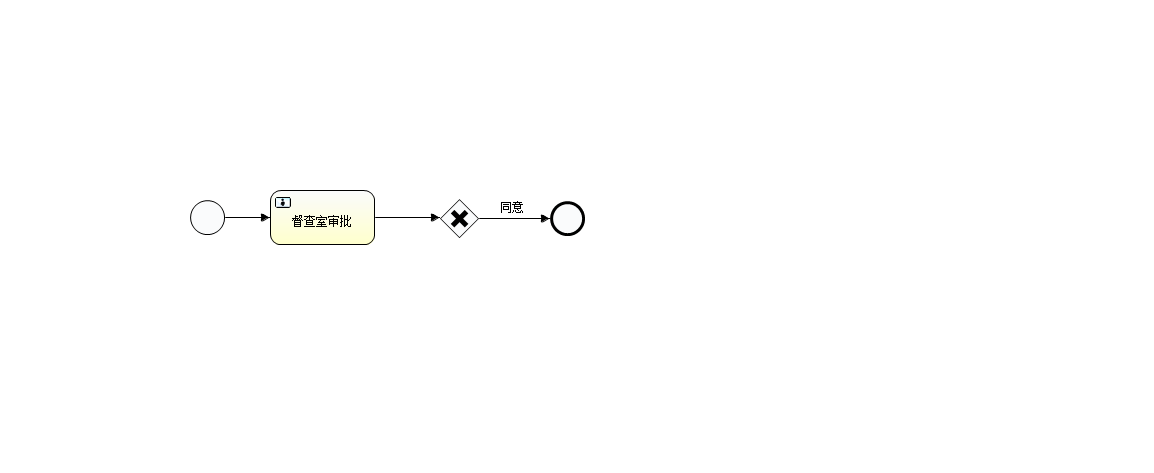
Earlier version of the BPMN export resources/bpmn/ApplyForDelay.png (zwdc/test1). Its source is kept beside it as resources/bpmn/ApplyForDelay.bpmn. Ids are renumbered. The source it was exported from:
```xml
<definitions xmlns="http://www.omg.org/spec/BPMN/20100524/MODEL" xmlns:xsi="http://www.w3.org/2001/XMLSchema-instance" xmlns:xsd="http://www.w3.org/2001/XMLSchema" xmlns:activiti="http://activiti.org/bpmn" xmlns:bpmndi="http://www.omg.org/spec/BPMN/20100524/DI" xmlns:omgdc="http://www.omg.org/spec/DD/20100524/DC" xmlns:omgdi="http://www.omg.org/spec/DD/20100524/DI" typeLanguage="http://www.w3.org/2001/XMLSchema" expressionLanguage="http://www.w3.org/1999/XPath" targetNamespace="http://www.activiti.org/test">
  <process id="applyForDelay" name="申请延期审批" isExecutable="true">
    <startEvent id="startevent1" name="Start"></startEvent>
    <userTask id="usertask1" name="督查室审批"></userTask>
    <sequenceFlow id="flow1" sourceRef="startevent1" targetRef="usertask1"></sequenceFlow>
    <exclusiveGateway id="exclusivegateway1" name="Exclusive Gateway"></exclusiveGateway>
    <sequenceFlow id="flow2" sourceRef="usertask1" targetRef="exclusivegateway1"></sequenceFlow>
    <endEvent id="endevent1" name="End"></endEvent>
    <sequenceFlow id="flow3" name="同意" sourceRef="exclusivegateway1" targetRef="endevent1"></sequenceFlow>
  </process>
  <bpmndi:BPMNDiagram id="BPMNDiagram_applyForDelay">
    <bpmndi:BPMNPlane bpmnElement="applyForDelay" id="BPMNPlane_applyForDelay">
      <bpmndi:BPMNShape bpmnElement="startevent1" id="BPMNShape_startevent1">
        <omgdc:Bounds height="35.0" width="35.0" x="190.0" y="200.0"></omgdc:Bounds>
      </bpmndi:BPMNShape>
      <bpmndi:BPMNShape bpmnElement="usertask1" id="BPMNShape_usertask1">
        <omgdc:Bounds height="55.0" width="105.0" x="270.0" y="190.0"></omgdc:Bounds>
      </bpmndi:BPMNShape>
      <bpmndi:BPMNShape bpmnElement="exclusivegateway1" id="BPMNShape_exclusivegateway1">
        <omgdc:Bounds height="40.0" width="40.0" x="439.0" y="198.0"></omgdc:Bounds>
      </bpmndi:BPMNShape>
      <bpmndi:BPMNShape bpmnElement="endevent1" id="BPMNShape_endevent1">
        <omgdc:Bounds height="35.0" width="35.0" x="550.0" y="201.0"></omgdc:Bounds>
      </bpmndi:BPMNShape>
      <bpmndi:BPMNEdge bpmnElement="flow1" id="BPMNEdge_flow1">
        <omgdi:waypoint x="225.0" y="217.0"></omgdi:waypoint>
        <omgdi:waypoint x="270.0" y="217.0"></omgdi:waypoint>
      </bpmndi:BPMNEdge>
      <bpmndi:BPMNEdge bpmnElement="flow2" id="BPMNEdge_flow2">
        <omgdi:waypoint x="375.0" y="217.0"></omgdi:waypoint>
        <omgdi:waypoint x="439.0" y="218.0"></omgdi:waypoint>
      </bpmndi:BPMNEdge>
      <bpmndi:BPMNEdge bpmnElement="flow3" id="BPMNEdge_flow3">
        <omgdi:waypoint x="479.0" y="218.0"></omgdi:waypoint>
        <omgdi:waypoint x="550.0" y="218.0"></omgdi:waypoint>
        <bpmndi:BPMNLabel>
          <omgdc:Bounds height="14.0" width="24.0" x="499.0" y="200.0"></omgdc:Bounds>
        </bpmndi:BPMNLabel>
      </bpmndi:BPMNEdge>
    </bpmndi:BPMNPlane>
  </bpmndi:BPMNDiagram>
</definitions>
```
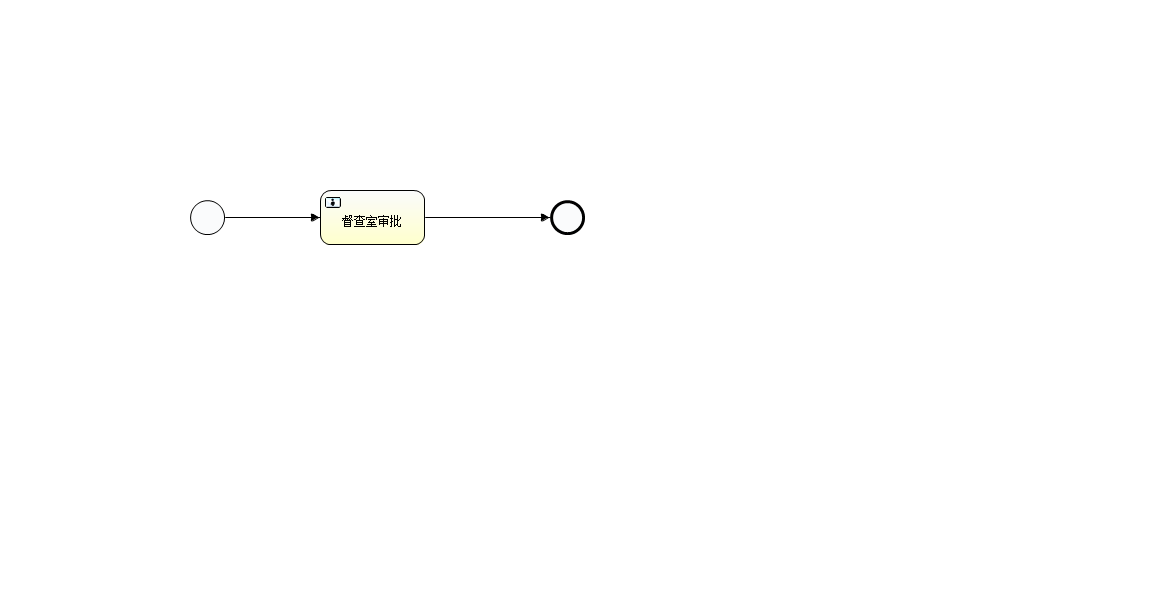
After the commit.

Commit message:
反馈延期审批

Diff of the diagram source:
```diff
@@ -1,12 +1,15 @@
 <definitions xmlns="http://www.omg.org/spec/BPMN/20100524/MODEL" xmlns:xsi="http://www.w3.org/2001/XMLSchema-instance" xmlns:xsd="http://www.w3.org/2001/XMLSchema" xmlns:activiti="http://activiti.org/bpmn" xmlns:bpmndi="http://www.omg.org/spec/BPMN/20100524/DI" xmlns:omgdc="http://www.omg.org/spec/DD/20100524/DC" xmlns:omgdi="http://www.omg.org/spec/DD/20100524/DI" typeLanguage="http://www.w3.org/2001/XMLSchema" expressionLanguage="http://www.w3.org/1999/XPath" targetNamespace="http://www.activiti.org/test">
   <process id="applyForDelay" name="申请延期审批" isExecutable="true">
     <startEvent id="startevent1" name="Start"></startEvent>
-    <userTask id="usertask1" name="督查室审批"></userTask>
+    <userTask id="usertask1" name="督查室审批">
+      <extensionElements>
+        <activiti:taskListener event="create" delegateExpression="${userTaskListener}"></activiti:taskListener>
+        <activiti:taskListener event="create" delegateExpression="${processTaskListener}"></activiti:taskListener>
+      </extensionElements>
+    </userTask>
     <sequenceFlow id="flow1" sourceRef="startevent1" targetRef="usertask1"></sequenceFlow>
-    <exclusiveGateway id="exclusivegateway1" name="Exclusive Gateway"></exclusiveGateway>
-    <sequenceFlow id="flow2" sourceRef="usertask1" targetRef="exclusivegateway1"></sequenceFlow>
     <endEvent id="endevent1" name="End"></endEvent>
-    <sequenceFlow id="flow3" name="同意" sourceRef="exclusivegateway1" targetRef="endevent1"></sequenceFlow>
+    <sequenceFlow id="flow2" sourceRef="usertask1" targetRef="endevent1"></sequenceFlow>
   </process>
   <bpmndi:BPMNDiagram id="BPMNDiagram_applyForDelay">
     <bpmndi:BPMNPlane bpmnElement="applyForDelay" id="BPMNPlane_applyForDelay">
@@ -14,28 +17,18 @@
         <omgdc:Bounds height="35.0" width="35.0" x="190.0" y="200.0"></omgdc:Bounds>
       </bpmndi:BPMNShape>
       <bpmndi:BPMNShape bpmnElement="usertask1" id="BPMNShape_usertask1">
-        <omgdc:Bounds height="55.0" width="105.0" x="270.0" y="190.0"></omgdc:Bounds>
-      </bpmndi:BPMNShape>
-      <bpmndi:BPMNShape bpmnElement="exclusivegateway1" id="BPMNShape_exclusivegateway1">
-        <omgdc:Bounds height="40.0" width="40.0" x="439.0" y="198.0"></omgdc:Bounds>
+        <omgdc:Bounds height="55.0" width="105.0" x="320.0" y="190.0"></omgdc:Bounds>
       </bpmndi:BPMNShape>
       <bpmndi:BPMNShape bpmnElement="endevent1" id="BPMNShape_endevent1">
-        <omgdc:Bounds height="35.0" width="35.0" x="550.0" y="201.0"></omgdc:Bounds>
+        <omgdc:Bounds height="35.0" width="35.0" x="550.0" y="200.0"></omgdc:Bounds>
       </bpmndi:BPMNShape>
       <bpmndi:BPMNEdge bpmnElement="flow1" id="BPMNEdge_flow1">
         <omgdi:waypoint x="225.0" y="217.0"></omgdi:waypoint>
-        <omgdi:waypoint x="270.0" y="217.0"></omgdi:waypoint>
+        <omgdi:waypoint x="320.0" y="217.0"></omgdi:waypoint>
       </bpmndi:BPMNEdge>
       <bpmndi:BPMNEdge bpmnElement="flow2" id="BPMNEdge_flow2">
-        <omgdi:waypoint x="375.0" y="217.0"></omgdi:waypoint>
-        <omgdi:waypoint x="439.0" y="218.0"></omgdi:waypoint>
-      </bpmndi:BPMNEdge>
-      <bpmndi:BPMNEdge bpmnElement="flow3" id="BPMNEdge_flow3">
-        <omgdi:waypoint x="479.0" y="218.0"></omgdi:waypoint>
-        <omgdi:waypoint x="550.0" y="218.0"></omgdi:waypoint>
-        <bpmndi:BPMNLabel>
-          <omgdc:Bounds height="14.0" width="24.0" x="499.0" y="200.0"></omgdc:Bounds>
-        </bpmndi:BPMNLabel>
+        <omgdi:waypoint x="425.0" y="217.0"></omgdi:waypoint>
+        <omgdi:waypoint x="550.0" y="217.0"></omgdi:waypoint>
       </bpmndi:BPMNEdge>
     </bpmndi:BPMNPlane>
   </bpmndi:BPMNDiagram>
```
